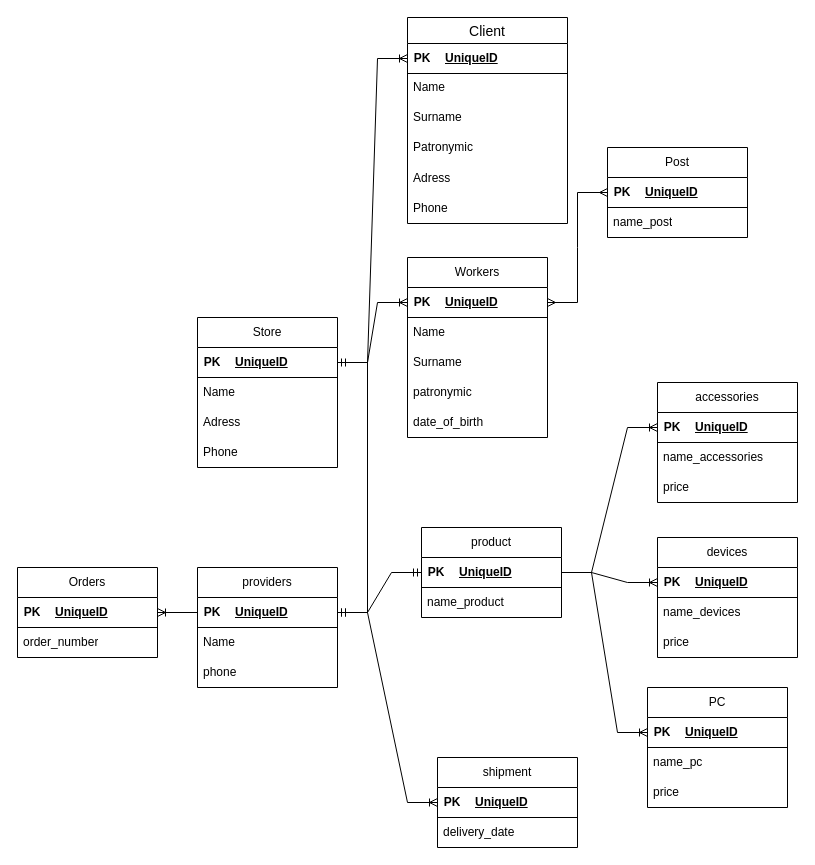
Before: update db.drawio in dopestr/practic, a draw.io diagram. Source tidied: cells renumbered, new cells numbered last; positions are measured from the earlier drawing's top-left corner, leaving out a move shared by most shapes. Both pictures are drawn from the tidied source at 100%, with x=0, y=0 at pixel (17, 17).
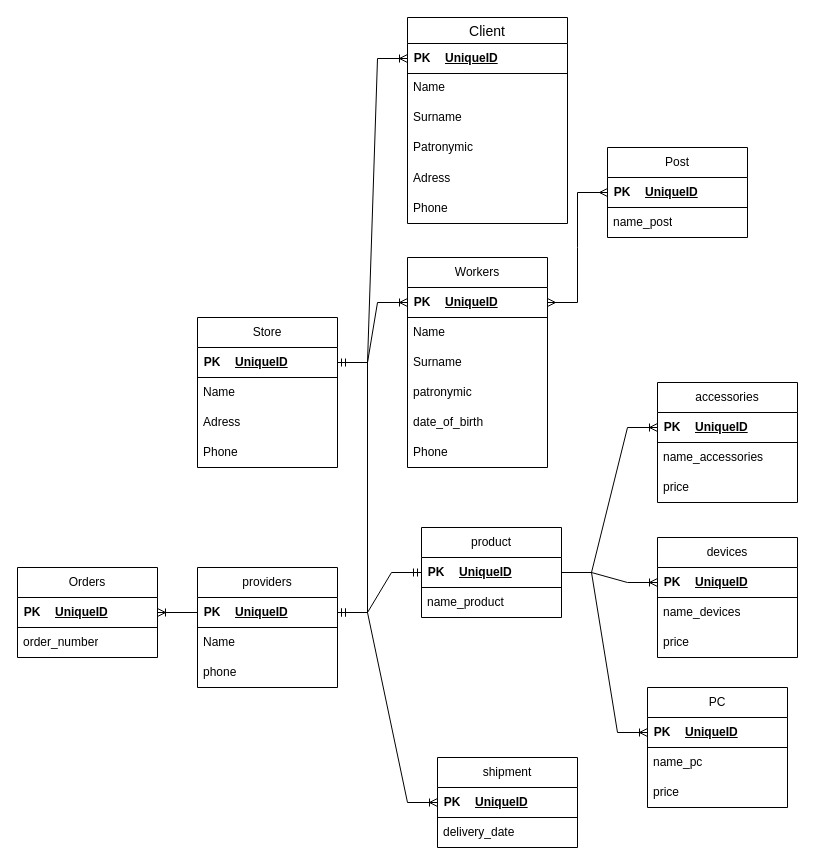
The same page after the edit.

The edit, as a diff of the source:
```diff
@@
     <mxCell id="17" value="Workers" style="swimlane;fontStyle=0;horizontal=1;startSize=30;whiteSpace=wrap;html=1;" parent="1" vertex="1">
-      <mxGeometry x="390" y="240" width="140" height="180" as="geometry" />
+      <mxGeometry x="390" y="240" width="140" height="210" as="geometry" />
     </mxCell>
@@
+    <mxCell id="91" value="Phone" style="text;strokeColor=none;fillColor=none;align=left;verticalAlign=middle;spacingLeft=4;spacingRight=4;overflow=hidden;whiteSpace=wrap;html=1;" parent="17" vertex="1">
+      <mxGeometry y="180" width="140" height="30" as="geometry" />
+    </mxCell>
```
